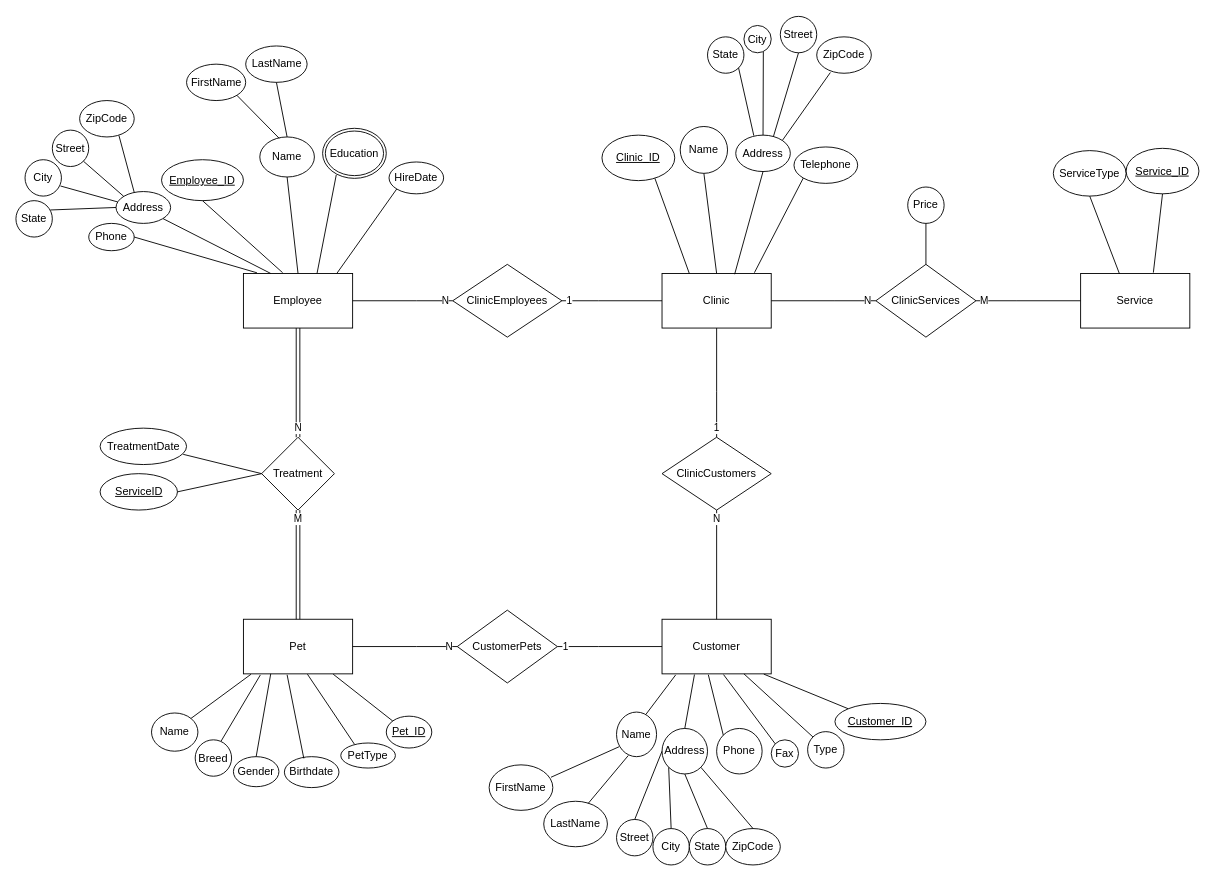
null15/Database_University keeps this draw.io diagram as Databas_Labb2.drawio. Above is the earlier version. Source tidied: cells renumbered, new cells numbered last; positions are measured from the earlier drawing's top-left corner, leaving out a move shared by most shapes. Both pictures are drawn from the tidied source at 91%, with x=0, y=0 at pixel (15, 16).
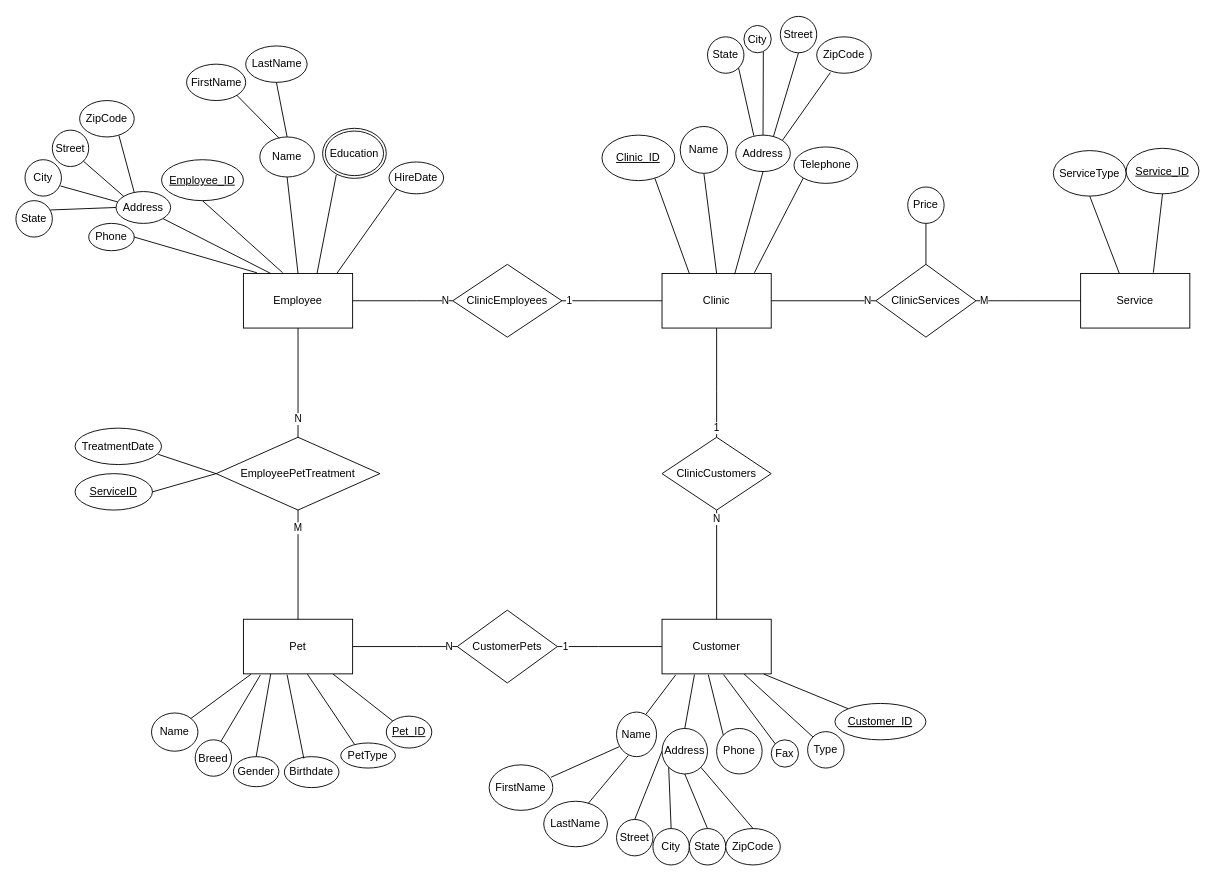
The same diagram, later.

Unchanged cells that the change refers to:
```xml
<mxCell id="4" value="Pet" style="rounded=0;whiteSpace=wrap;html=1;" parent="1" vertex="1">
  <mxGeometry x="250" y="662" width="120" height="60" as="geometry" />
</mxCell>
<mxCell id="5" value="Employee" style="rounded=0;whiteSpace=wrap;html=1;" parent="1" vertex="1">
  <mxGeometry x="250" y="282" width="120" height="60" as="geometry" />
</mxCell>
```

What changed in the source:
```diff
@@
-    <mxCell id="7" value="Treatment" style="shape=rhombus;perimeter=rhombusPerimeter;whiteSpace=wrap;html=1;align=center;" parent="1" vertex="1">
-      <mxGeometry x="270" y="462" width="80" height="80" as="geometry" />
+    <mxCell id="7" value="EmployeePetTreatment" style="shape=rhombus;perimeter=rhombusPerimeter;whiteSpace=wrap;html=1;align=center;" parent="1" vertex="1">
+      <mxGeometry x="220" y="462" width="180" height="80" as="geometry" />
     </mxCell>
@@
     <mxCell id="84" value="TreatmentDate" style="ellipse;whiteSpace=wrap;html=1;" parent="1" vertex="1">
-      <mxGeometry x="92.5" y="452" width="95" height="40" as="geometry" />
+      <mxGeometry x="65" y="452" width="95" height="40" as="geometry" />
     </mxCell>
     <mxCell id="85" value="&lt;u&gt;ServiceID&lt;/u&gt;" style="ellipse;whiteSpace=wrap;html=1;" parent="1" vertex="1">
-      <mxGeometry x="92.5" y="502" width="85" height="40" as="geometry" />
+      <mxGeometry x="65" y="502" width="85" height="40" as="geometry" />
     </mxCell>
@@
-    <mxCell id="106" value="N" style="shape=link;html=1;rounded=0;exitX=0.5;exitY=1;exitDx=0;exitDy=0;entryX=0.5;entryY=0;entryDx=0;entryDy=0;" parent="1" edge="1" source="5" target="7">
-      <mxGeometry x="0.83" relative="1" as="geometry" />
+    <mxCell id="106" value="N" style="endArrow=none;html=1;rounded=0;exitX=0.5;exitY=1;exitDx=0;exitDy=0;entryX=0.5;entryY=0;entryDx=0;entryDy=0;" parent="1" edge="1" source="5" target="7">
+      <mxGeometry x="0.67" relative="1" as="geometry" />
     </mxCell>
-    <mxCell id="107" value="M" style="shape=link;html=1;rounded=0;exitX=0.5;exitY=1;exitDx=0;exitDy=0;entryX=0.5;entryY=0;entryDx=0;entryDy=0;" parent="1" edge="1" source="7" target="4">
-      <mxGeometry x="-0.83" relative="1" as="geometry" />
+    <mxCell id="107" value="M" style="endArrow=none;html=1;rounded=0;exitX=0.5;exitY=1;exitDx=0;exitDy=0;entryX=0.5;entryY=0;entryDx=0;entryDy=0;" parent="1" edge="1" source="7" target="4">
+      <mxGeometry x="-0.67" relative="1" as="geometry" />
     </mxCell>
```
